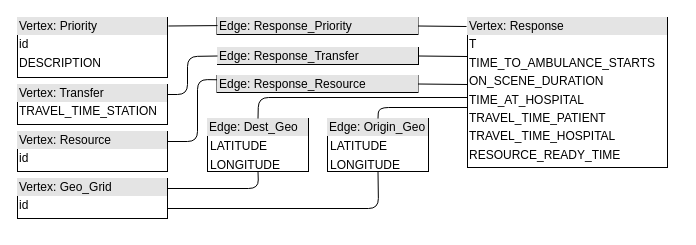
Before: providentia-docs/report/drawio/tiger-design-sim.drawio in DavidBakerEffendi/providentia, a draw.io diagram. Source tidied: cells renumbered, new cells numbered last; positions are measured from the earlier drawing's top-left corner, leaving out a move shared by most shapes. Both pictures are drawn from the tidied source at 100%, with x=0, y=0 at pixel (17, 17).
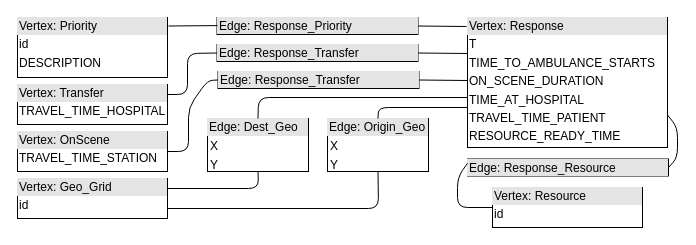
After the change.

Diff of the diagram source:
```diff
@@
-    <mxCell id="2" value="&lt;div style=&quot;box-sizing: border-box ; width: 100% ; background: #e4e4e4 ; padding: 2px&quot;&gt;Vertex: Response&lt;/div&gt;&lt;table style=&quot;width: 100% ; font-size: 1em&quot; cellpadding=&quot;2&quot; cellspacing=&quot;0&quot;&gt;&lt;tbody&gt;&lt;tr&gt;&lt;td&gt;T&lt;/td&gt;&lt;/tr&gt;&lt;tr&gt;&lt;td&gt;TIME_TO_AMBULANCE_STARTS&lt;/td&gt;&lt;/tr&gt;&lt;tr&gt;&lt;td&gt;ON_SCENE_DURATION&lt;/td&gt;&lt;/tr&gt;&lt;tr&gt;&lt;td&gt;TIME_AT_HOSPITAL&lt;/td&gt;&lt;/tr&gt;&lt;tr&gt;&lt;td&gt;TRAVEL_TIME_PATIENT&lt;/td&gt;&lt;/tr&gt;&lt;tr&gt;&lt;td&gt;TRAVEL_TIME_HOSPITAL&lt;/td&gt;&lt;/tr&gt;&lt;tr&gt;&lt;td&gt;RESOURCE_READY_TIME&lt;/td&gt;&lt;/tr&gt;&lt;/tbody&gt;&lt;/table&gt;" style="verticalAlign=top;align=left;overflow=fill;html=1;" parent="1" vertex="1">
-      <mxGeometry x="450" width="200" height="150" as="geometry" />
+    <mxCell id="2" value="&lt;div style=&quot;box-sizing: border-box ; width: 100% ; background: #e4e4e4 ; padding: 2px&quot;&gt;Vertex: Response&lt;/div&gt;&lt;table style=&quot;width: 100% ; font-size: 1em&quot; cellpadding=&quot;2&quot; cellspacing=&quot;0&quot;&gt;&lt;tbody&gt;&lt;tr&gt;&lt;td&gt;T&lt;/td&gt;&lt;/tr&gt;&lt;tr&gt;&lt;td&gt;TIME_TO_AMBULANCE_STARTS&lt;/td&gt;&lt;/tr&gt;&lt;tr&gt;&lt;td&gt;ON_SCENE_DURATION&lt;/td&gt;&lt;/tr&gt;&lt;tr&gt;&lt;td&gt;TIME_AT_HOSPITAL&lt;/td&gt;&lt;/tr&gt;&lt;tr&gt;&lt;td&gt;TRAVEL_TIME_PATIENT&lt;/td&gt;&lt;/tr&gt;&lt;tr&gt;&lt;td&gt;RESOURCE_READY_TIME&lt;/td&gt;&lt;/tr&gt;&lt;/tbody&gt;&lt;/table&gt;" style="verticalAlign=top;align=left;overflow=fill;html=1;" parent="1" vertex="1">
+      <mxGeometry x="450" width="200" height="130" as="geometry" />
     </mxCell>
@@
-    <mxCell id="4" value="&lt;div style=&quot;box-sizing: border-box ; width: 100% ; background: #e4e4e4 ; padding: 2px&quot;&gt;Vertex: Transfer&lt;/div&gt;&lt;table style=&quot;width: 100% ; font-size: 1em&quot; cellpadding=&quot;2&quot; cellspacing=&quot;0&quot;&gt;&lt;tbody&gt;&lt;tr&gt;&lt;td&gt;TRAVEL_TIME_STATION&lt;/td&gt;&lt;/tr&gt;&lt;tr&gt;&lt;td&gt;&lt;/td&gt;&lt;/tr&gt;&lt;/tbody&gt;&lt;/table&gt;" style="verticalAlign=top;align=left;overflow=fill;html=1;" parent="1" vertex="1">
+    <mxCell id="4" value="&lt;div style=&quot;box-sizing: border-box ; width: 100% ; background: #e4e4e4 ; padding: 2px&quot;&gt;Vertex: Transfer&lt;/div&gt;&lt;table style=&quot;width: 100% ; font-size: 1em&quot; cellpadding=&quot;2&quot; cellspacing=&quot;0&quot;&gt;&lt;tbody&gt;&lt;tr&gt;&lt;td&gt;TRAVEL_TIME_HOSPITAL&lt;/td&gt;&lt;/tr&gt;&lt;tr&gt;&lt;td&gt;&lt;/td&gt;&lt;/tr&gt;&lt;/tbody&gt;&lt;/table&gt;" style="verticalAlign=top;align=left;overflow=fill;html=1;" parent="1" vertex="1">
       <mxGeometry y="67" width="150" height="40" as="geometry" />
     </mxCell>
     <mxCell id="5" value="&lt;div style=&quot;box-sizing: border-box ; width: 100% ; background: #e4e4e4 ; padding: 2px&quot;&gt;Vertex: Resource&lt;/div&gt;&lt;table style=&quot;width: 100% ; font-size: 1em&quot; cellpadding=&quot;2&quot; cellspacing=&quot;0&quot;&gt;&lt;tbody&gt;&lt;tr&gt;&lt;td&gt;id&lt;/td&gt;&lt;/tr&gt;&lt;tr&gt;&lt;td&gt;&lt;/td&gt;&lt;/tr&gt;&lt;/tbody&gt;&lt;/table&gt;" style="verticalAlign=top;align=left;overflow=fill;html=1;" parent="1" vertex="1">
-      <mxGeometry y="114" width="150" height="40" as="geometry" />
+      <mxGeometry x="475" y="170" width="150" height="40" as="geometry" />
     </mxCell>
@@
     <mxCell id="7" value="&lt;div style=&quot;box-sizing: border-box ; width: 100% ; background: #e4e4e4 ; padding: 2px&quot;&gt;Edge: Response_Transfer&lt;/div&gt;&lt;table style=&quot;width: 100% ; font-size: 1em&quot; cellpadding=&quot;2&quot; cellspacing=&quot;0&quot;&gt;&lt;tbody&gt;&lt;/tbody&gt;&lt;/table&gt;" style="verticalAlign=top;align=left;overflow=fill;html=1;" parent="1" vertex="1">
-      <mxGeometry x="200" y="30" width="201" height="17" as="geometry" />
+      <mxGeometry x="199.5" y="27" width="201" height="17" as="geometry" />
     </mxCell>
     <mxCell id="8" value="&lt;div style=&quot;box-sizing: border-box ; width: 100% ; background: #e4e4e4 ; padding: 2px&quot;&gt;Edge: Response_Resource&lt;/div&gt;&lt;table style=&quot;width: 100% ; font-size: 1em&quot; cellpadding=&quot;2&quot; cellspacing=&quot;0&quot;&gt;&lt;tbody&gt;&lt;/tbody&gt;&lt;/table&gt;" style="verticalAlign=top;align=left;overflow=fill;html=1;" parent="1" vertex="1">
-      <mxGeometry x="199.5" y="58" width="201" height="17" as="geometry" />
+      <mxGeometry x="450" y="141.5" width="201" height="17" as="geometry" />
     </mxCell>
@@
     <mxCell id="11" style="endArrow=none;html=1;entryX=1;entryY=0.25;entryDx=0;entryDy=0;exitX=0;exitY=0.5;exitDx=0;exitDy=0;" parent="1" edge="1" source="7" target="4">
       <mxGeometry relative="1" as="geometry">
         <Array as="points">
-          <mxPoint x="170" y="39" />
+          <mxPoint x="170" y="36" />
           <mxPoint x="170" y="77" />
         </Array>
       </mxGeometry>
     </mxCell>
     <mxCell id="12" style="endArrow=none;html=1;entryX=1;entryY=0.5;entryDx=0;entryDy=0;" parent="1" edge="1" target="7">
       <mxGeometry relative="1" as="geometry">
-        <mxPoint x="450" y="39" as="sourcePoint" />
+        <mxPoint x="450" y="36" as="sourcePoint" />
       </mxGeometry>
     </mxCell>
-    <mxCell id="13" style="endArrow=none;html=1;entryX=1;entryY=0.5;entryDx=0;entryDy=0;" parent="1" edge="1" target="8">
+    <mxCell id="13" style="endArrow=none;html=1;entryX=1;entryY=0.5;entryDx=0;entryDy=0;exitX=1;exitY=0.75;exitDx=0;exitDy=0;" parent="1" edge="1" source="2" target="8">
       <mxGeometry relative="1" as="geometry">
-        <mxPoint x="450" y="67" as="sourcePoint" />
+        <Array as="points">
+          <mxPoint x="660" y="110" />
+          <mxPoint x="660" y="140" />
+        </Array>
       </mxGeometry>
     </mxCell>
-    <mxCell id="14" style="endArrow=none;html=1;entryX=1;entryY=0.25;entryDx=0;entryDy=0;exitX=0;exitY=0.25;exitDx=0;exitDy=0;" parent="1" edge="1" source="8" target="5">
+    <mxCell id="14" style="endArrow=none;html=1;entryX=0;entryY=0.5;entryDx=0;entryDy=0;exitX=0;exitY=0.25;exitDx=0;exitDy=0;" parent="1" edge="1" source="8" target="5">
       <mxGeometry relative="1" as="geometry">
         <Array as="points">
-          <mxPoint x="180" y="62" />
-          <mxPoint x="180" y="124" />
+          <mxPoint x="440" y="160" />
+          <mxPoint x="440" y="190" />
         </Array>
       </mxGeometry>
     </mxCell>
-    <mxCell id="15" value="&lt;div style=&quot;box-sizing: border-box ; width: 100% ; background: #e4e4e4 ; padding: 2px&quot;&gt;Edge: Origin_Geo&lt;/div&gt;&lt;table&gt;&lt;tbody&gt;&lt;tr&gt;&lt;td&gt;LATITUDE&lt;/td&gt;&lt;/tr&gt;&lt;tr&gt;&lt;td&gt;LONGITUDE&lt;/td&gt;&lt;/tr&gt;&lt;/tbody&gt;&lt;/table&gt;&lt;table style=&quot;width: 100% ; font-size: 1em&quot; cellpadding=&quot;2&quot; cellspacing=&quot;0&quot;&gt;&lt;tbody&gt;&lt;/tbody&gt;&lt;/table&gt;" style="verticalAlign=top;align=left;overflow=fill;html=1;" parent="1" vertex="1">
+    <mxCell id="15" value="&lt;div style=&quot;box-sizing: border-box ; width: 100% ; background: #e4e4e4 ; padding: 2px&quot;&gt;Edge: Origin_Geo&lt;/div&gt;&lt;table&gt;&lt;tbody&gt;&lt;tr&gt;&lt;td&gt;X&lt;/td&gt;&lt;/tr&gt;&lt;tr&gt;&lt;td&gt;Y&lt;/td&gt;&lt;/tr&gt;&lt;/tbody&gt;&lt;/table&gt;&lt;table style=&quot;width: 100% ; font-size: 1em&quot; cellpadding=&quot;2&quot; cellspacing=&quot;0&quot;&gt;&lt;tbody&gt;&lt;/tbody&gt;&lt;/table&gt;" style="verticalAlign=top;align=left;overflow=fill;html=1;" parent="1" vertex="1">
       <mxGeometry x="310" y="101" width="101" height="53" as="geometry" />
     </mxCell>
-    <mxCell id="16" value="&lt;div style=&quot;box-sizing: border-box ; width: 100% ; background: #e4e4e4 ; padding: 2px&quot;&gt;Edge: Dest_Geo&lt;/div&gt;&lt;table&gt;&lt;tbody&gt;&lt;tr&gt;&lt;td&gt;LATITUDE&lt;/td&gt;&lt;/tr&gt;&lt;tr&gt;&lt;td&gt;LONGITUDE&lt;/td&gt;&lt;/tr&gt;&lt;/tbody&gt;&lt;/table&gt;&lt;table style=&quot;width: 100% ; font-size: 1em&quot; cellpadding=&quot;2&quot; cellspacing=&quot;0&quot;&gt;&lt;tbody&gt;&lt;/tbody&gt;&lt;/table&gt;" style="verticalAlign=top;align=left;overflow=fill;html=1;" parent="1" vertex="1">
+    <mxCell id="16" value="&lt;div style=&quot;box-sizing: border-box ; width: 100% ; background: #e4e4e4 ; padding: 2px&quot;&gt;Edge: Dest_Geo&lt;/div&gt;&lt;table&gt;&lt;tbody&gt;&lt;tr&gt;&lt;td&gt;X&lt;/td&gt;&lt;/tr&gt;&lt;tr&gt;&lt;td&gt;Y&lt;/td&gt;&lt;/tr&gt;&lt;/tbody&gt;&lt;/table&gt;&lt;table style=&quot;width: 100% ; font-size: 1em&quot; cellpadding=&quot;2&quot; cellspacing=&quot;0&quot;&gt;&lt;tbody&gt;&lt;/tbody&gt;&lt;/table&gt;" style="verticalAlign=top;align=left;overflow=fill;html=1;" parent="1" vertex="1">
       <mxGeometry x="190" y="101" width="101" height="53" as="geometry" />
     </mxCell>
@@
+    <mxCell id="22" value="&lt;div style=&quot;box-sizing: border-box ; width: 100% ; background: #e4e4e4 ; padding: 2px&quot;&gt;Vertex: OnScene&lt;/div&gt;&lt;table style=&quot;width: 100% ; font-size: 1em&quot; cellpadding=&quot;2&quot; cellspacing=&quot;0&quot;&gt;&lt;tbody&gt;&lt;tr&gt;&lt;td&gt;TRAVEL_TIME_STATION&lt;/td&gt;&lt;/tr&gt;&lt;tr&gt;&lt;td&gt;&lt;/td&gt;&lt;/tr&gt;&lt;/tbody&gt;&lt;/table&gt;" style="verticalAlign=top;align=left;overflow=fill;html=1;" parent="1" vertex="1">
+      <mxGeometry y="114" width="150" height="40" as="geometry" />
+    </mxCell>
+    <mxCell id="23" value="&lt;div style=&quot;box-sizing: border-box ; width: 100% ; background: #e4e4e4 ; padding: 2px&quot;&gt;Edge: Response_Transfer&lt;/div&gt;&lt;table style=&quot;width: 100% ; font-size: 1em&quot; cellpadding=&quot;2&quot; cellspacing=&quot;0&quot;&gt;&lt;tbody&gt;&lt;/tbody&gt;&lt;/table&gt;" style="verticalAlign=top;align=left;overflow=fill;html=1;" parent="1" vertex="1">
+      <mxGeometry x="200.5" y="54" width="201" height="17" as="geometry" />
+    </mxCell>
+    <mxCell id="24" style="endArrow=none;html=1;entryX=1;entryY=0.5;entryDx=0;entryDy=0;exitX=0;exitY=0.5;exitDx=0;exitDy=0;" parent="1" edge="1" source="23" target="22">
+      <mxGeometry relative="1" as="geometry">
+        <Array as="points">
+          <mxPoint x="190" y="63" />
+          <mxPoint x="171" y="90" />
+          <mxPoint x="171" y="134" />
+        </Array>
+      </mxGeometry>
+    </mxCell>
+    <mxCell id="25" style="endArrow=none;html=1;entryX=1;entryY=0.5;entryDx=0;entryDy=0;" parent="1" edge="1" target="23">
+      <mxGeometry relative="1" as="geometry">
+        <mxPoint x="450.5" y="63" as="sourcePoint" />
+      </mxGeometry>
+    </mxCell>
```
